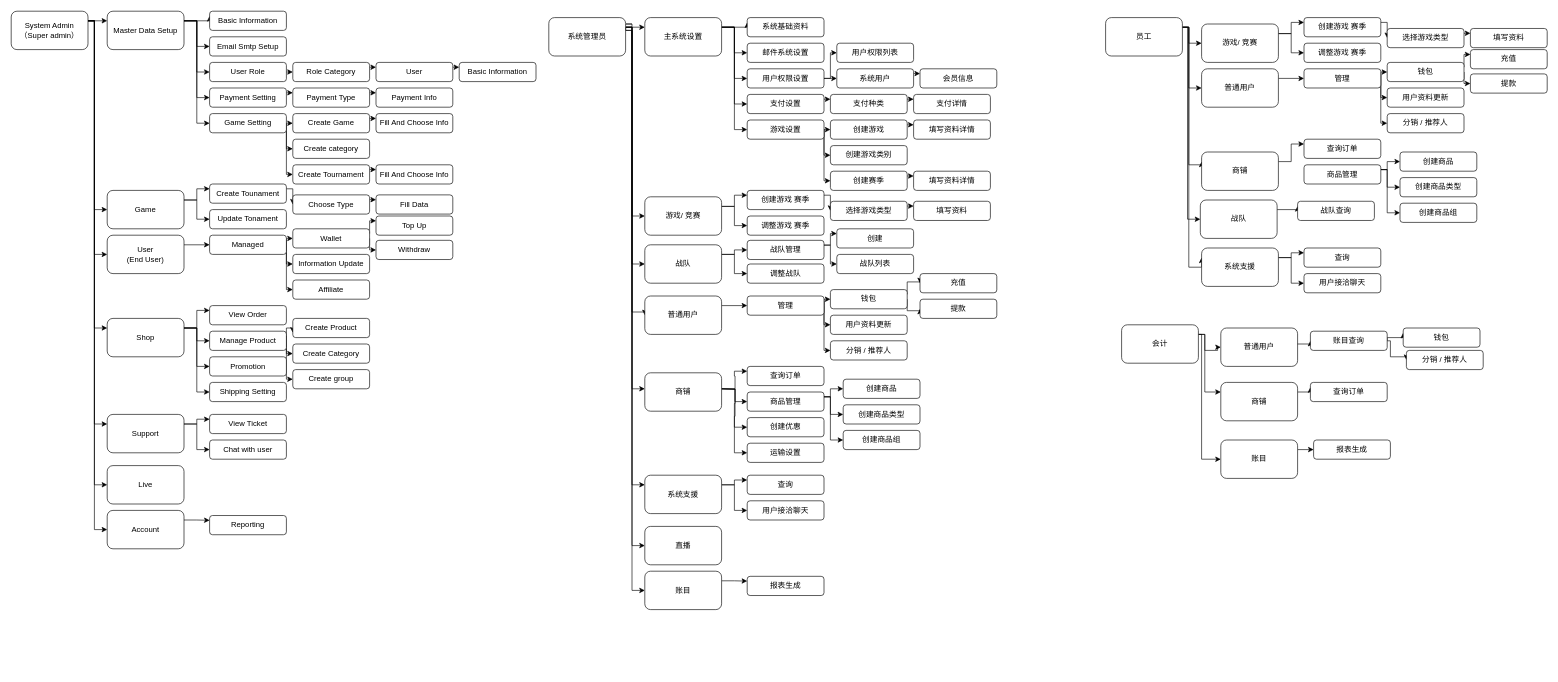
This is page "Admin" (2 of 9) of Untitled Diagram.drawio from krtechndesign/facejs, a draw.io file, before an edit. Source tidied: cells renumbered, new cells numbered last; positions are measured from the earlier drawing's top-left corner, leaving out a move shared by most shapes. Both pictures are drawn from the tidied source at 64%, with x=0, y=0 at pixel (11, 11).
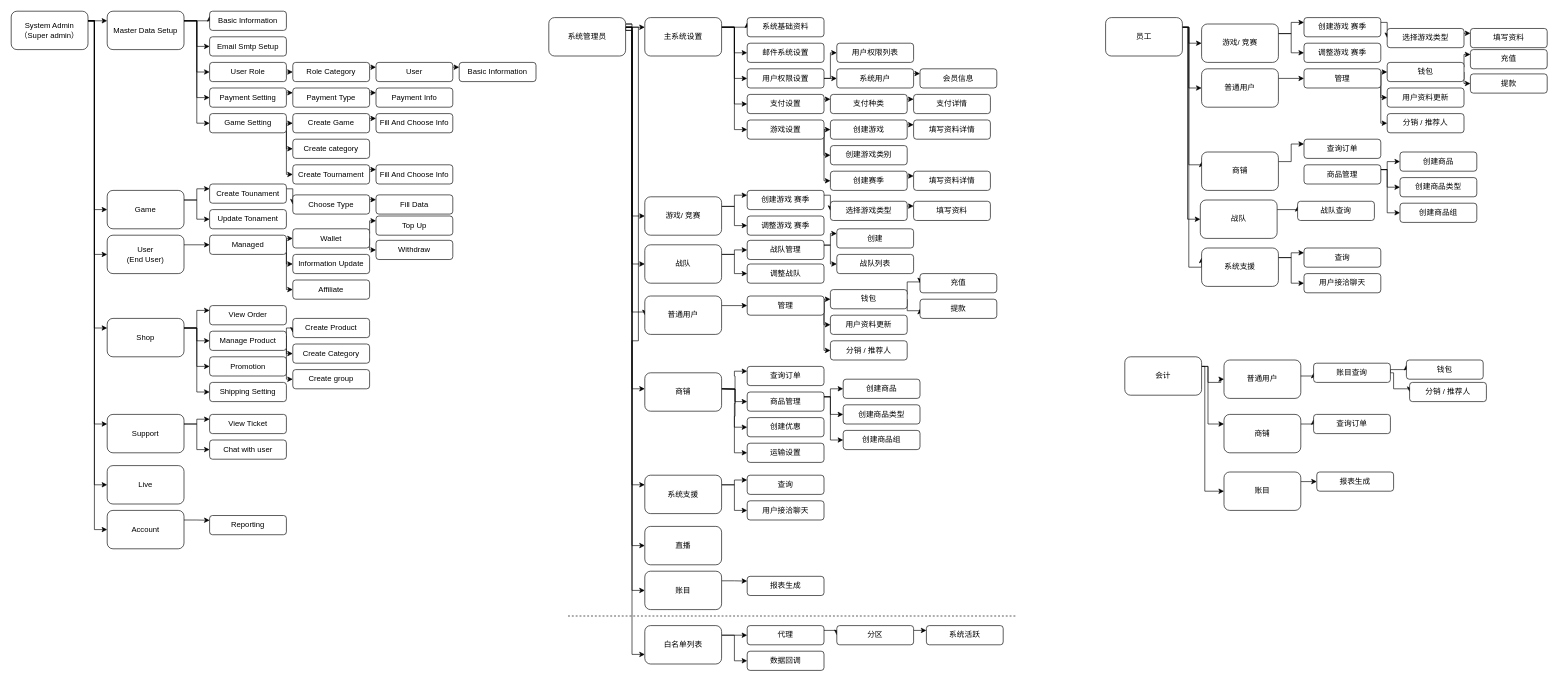
Above is the later version.

The change refers to these unchanged cells:
```xml
<mxCell id="95" value="系统管理员" style="rounded=1;whiteSpace=wrap;html=1;" parent="1" vertex="1">
  <mxGeometry x="840" y="10" width="120" height="60" as="geometry" />
</mxCell>
```

The edit, as a diff of the source:
```diff
@@
+    <mxCell id="245" style="edgeStyle=orthogonalEdgeStyle;rounded=0;jettySize=auto;html=1;exitX=1;exitY=0.25;exitDx=0;exitDy=0;entryX=0;entryY=0.75;entryDx=0;entryDy=0;" parent="1" edge="1" source="95" target="248">
+      <mxGeometry relative="1" as="geometry" />
+    </mxCell>
@@
     <mxCell id="216" style="edgeStyle=orthogonalEdgeStyle;rounded=0;jettySize=auto;html=1;exitX=1;exitY=0.25;exitDx=0;exitDy=0;entryX=0;entryY=0.5;entryDx=0;entryDy=0;" parent="1" edge="1" source="219" target="221">
       <mxGeometry relative="1" as="geometry">
         <Array as="points">
-          <mxPoint x="1865" y="505" />
-          <mxPoint x="1865" y="530" />
-          <mxPoint x="1885" y="530" />
+          <mxPoint x="1870" y="555" />
+          <mxPoint x="1870" y="580" />
+          <mxPoint x="1890" y="580" />
         </Array>
       </mxGeometry>
     </mxCell>
     <mxCell id="217" style="edgeStyle=orthogonalEdgeStyle;rounded=0;jettySize=auto;html=1;exitX=1;exitY=0.25;exitDx=0;exitDy=0;entryX=0;entryY=0.25;entryDx=0;entryDy=0;" parent="1" edge="1" source="219" target="227">
       <mxGeometry relative="1" as="geometry">
         <Array as="points">
-          <mxPoint x="1865" y="505" />
-          <mxPoint x="1865" y="595" />
+          <mxPoint x="1870" y="555" />
+          <mxPoint x="1870" y="645" />
         </Array>
       </mxGeometry>
     </mxCell>
     <mxCell id="218" style="edgeStyle=orthogonalEdgeStyle;rounded=0;jettySize=auto;html=1;exitX=1;exitY=0.25;exitDx=0;exitDy=0;entryX=0;entryY=0.5;entryDx=0;entryDy=0;" parent="1" edge="1" source="219" target="231">
       <mxGeometry relative="1" as="geometry">
         <Array as="points">
-          <mxPoint x="1860" y="505" />
-          <mxPoint x="1860" y="700" />
+          <mxPoint x="1865" y="555" />
+          <mxPoint x="1865" y="750" />
         </Array>
       </mxGeometry>
     </mxCell>
     <mxCell id="219" value="会计" style="rounded=1;whiteSpace=wrap;html=1;" parent="1" vertex="1">
-      <mxGeometry x="1735" y="490" width="120" height="60" as="geometry" />
+      <mxGeometry x="1740" y="540" width="120" height="60" as="geometry" />
     </mxCell>
     <mxCell id="220" style="edgeStyle=orthogonalEdgeStyle;rounded=0;jettySize=auto;html=1;exitX=1;exitY=0.25;exitDx=0;exitDy=0;entryX=0;entryY=0.5;entryDx=0;entryDy=0;" parent="1" edge="1" target="224">
       <mxGeometry relative="1" as="geometry">
-        <mxPoint x="2005" y="520" as="sourcePoint" />
+        <mxPoint x="2010" y="570" as="sourcePoint" />
       </mxGeometry>
     </mxCell>
     <mxCell id="221" value="普通用户" style="rounded=1;whiteSpace=wrap;html=1;" parent="1" vertex="1">
-      <mxGeometry x="1890" y="495" width="120" height="60" as="geometry" />
+      <mxGeometry x="1895" y="545" width="120" height="60" as="geometry" />
     </mxCell>
     <mxCell id="222" style="edgeStyle=orthogonalEdgeStyle;rounded=0;jettySize=auto;html=1;exitX=1;exitY=0.5;exitDx=0;exitDy=0;entryX=0;entryY=0.25;entryDx=0;entryDy=0;" parent="1" edge="1" source="224" target="225">
       <mxGeometry relative="1" as="geometry">
         <Array as="points">
-          <mxPoint x="2150" y="510" />
-          <mxPoint x="2175" y="510" />
+          <mxPoint x="2155" y="560" />
+          <mxPoint x="2180" y="560" />
         </Array>
       </mxGeometry>
     </mxCell>
     <mxCell id="223" style="edgeStyle=orthogonalEdgeStyle;rounded=0;jettySize=auto;html=1;exitX=1;exitY=0.5;exitDx=0;exitDy=0;entryX=0;entryY=0.5;entryDx=0;entryDy=0;" parent="1" edge="1" source="224" target="229">
       <mxGeometry relative="1" as="geometry">
         <Array as="points">
-          <mxPoint x="2155" y="515" />
-          <mxPoint x="2155" y="540" />
-          <mxPoint x="2180" y="540" />
+          <mxPoint x="2160" y="565" />
+          <mxPoint x="2160" y="590" />
+          <mxPoint x="2185" y="590" />
         </Array>
       </mxGeometry>
     </mxCell>
     <mxCell id="224" value="账目查询" style="whiteSpace=wrap;html=1;rounded=1;" parent="1" vertex="1">
-      <mxGeometry x="2030" y="500" width="120" height="30" as="geometry" />
+      <mxGeometry x="2035" y="550" width="120" height="30" as="geometry" />
     </mxCell>
     <mxCell id="225" value="钱包" style="whiteSpace=wrap;html=1;rounded=1;" parent="1" vertex="1">
-      <mxGeometry x="2175" y="495" width="120" height="30" as="geometry" />
+      <mxGeometry x="2180" y="545" width="120" height="30" as="geometry" />
     </mxCell>
@@
     <mxCell id="227" value="商铺" style="rounded=1;whiteSpace=wrap;html=1;" parent="1" vertex="1">
-      <mxGeometry x="1890" y="580" width="120" height="60" as="geometry" />
+      <mxGeometry x="1895" y="630" width="120" height="60" as="geometry" />
     </mxCell>
     <mxCell id="228" value="查询订单" style="whiteSpace=wrap;html=1;rounded=1;" parent="1" vertex="1">
-      <mxGeometry x="2030" y="580" width="120" height="30" as="geometry" />
+      <mxGeometry x="2035" y="630" width="120" height="30" as="geometry" />
     </mxCell>
     <mxCell id="229" value="分销 / 推荐人" style="whiteSpace=wrap;html=1;rounded=1;" parent="1" vertex="1">
-      <mxGeometry x="2180" y="530" width="120" height="30" as="geometry" />
+      <mxGeometry x="2185" y="580" width="120" height="30" as="geometry" />
     </mxCell>
@@
     <mxCell id="231" value="账目" style="rounded=1;whiteSpace=wrap;html=1;" parent="1" vertex="1">
-      <mxGeometry x="1890" y="670" width="120" height="60" as="geometry" />
+      <mxGeometry x="1895" y="720" width="120" height="60" as="geometry" />
     </mxCell>
     <mxCell id="232" value="报表生成" style="whiteSpace=wrap;html=1;rounded=1;" parent="1" vertex="1">
-      <mxGeometry x="2035" y="670" width="120" height="30" as="geometry" />
+      <mxGeometry x="2040" y="720" width="120" height="30" as="geometry" />
     </mxCell>
@@
+    <mxCell id="246" style="edgeStyle=orthogonalEdgeStyle;rounded=0;jettySize=auto;html=1;exitX=1;exitY=0.25;exitDx=0;exitDy=0;entryX=0;entryY=0.5;entryDx=0;entryDy=0;" parent="1" edge="1" source="248" target="250">
+      <mxGeometry relative="1" as="geometry" />
+    </mxCell>
+    <mxCell id="247" style="edgeStyle=orthogonalEdgeStyle;rounded=0;jettySize=auto;html=1;exitX=1;exitY=0.25;exitDx=0;exitDy=0;entryX=0;entryY=0.5;entryDx=0;entryDy=0;" parent="1" edge="1" source="248" target="253">
+      <mxGeometry relative="1" as="geometry" />
+    </mxCell>
+    <mxCell id="248" value="白名单列表" style="rounded=1;whiteSpace=wrap;html=1;" parent="1" vertex="1">
+      <mxGeometry x="990" y="960" width="120" height="60" as="geometry" />
+    </mxCell>
+    <mxCell id="249" style="edgeStyle=orthogonalEdgeStyle;rounded=0;jettySize=auto;html=1;exitX=1;exitY=0.25;exitDx=0;exitDy=0;entryX=0;entryY=0.5;entryDx=0;entryDy=0;" parent="1" edge="1" source="250" target="252">
+      <mxGeometry relative="1" as="geometry" />
+    </mxCell>
+    <mxCell id="250" value="代理" style="whiteSpace=wrap;html=1;rounded=1;" parent="1" vertex="1">
+      <mxGeometry x="1150" y="960" width="120" height="30" as="geometry" />
+    </mxCell>
+    <mxCell id="251" style="edgeStyle=orthogonalEdgeStyle;rounded=0;jettySize=auto;html=1;exitX=1;exitY=0.25;exitDx=0;exitDy=0;entryX=0;entryY=0.25;entryDx=0;entryDy=0;" parent="1" edge="1" source="252" target="254">
+      <mxGeometry relative="1" as="geometry" />
+    </mxCell>
+    <mxCell id="252" value="分区" style="whiteSpace=wrap;html=1;rounded=1;" parent="1" vertex="1">
+      <mxGeometry x="1290" y="960" width="120" height="30" as="geometry" />
+    </mxCell>
+    <mxCell id="253" value="数据回调" style="whiteSpace=wrap;html=1;rounded=1;" parent="1" vertex="1">
+      <mxGeometry x="1150" y="1000" width="120" height="30" as="geometry" />
+    </mxCell>
+    <mxCell id="254" value="系统活跃" style="whiteSpace=wrap;html=1;rounded=1;" parent="1" vertex="1">
+      <mxGeometry x="1430" y="960" width="120" height="30" as="geometry" />
+    </mxCell>
+    <mxCell id="255" style="line;strokeWidth=1;dashed=1;labelPosition=right;align=left;verticalAlign=middle;spacingTop=0;spacingLeft=6;rounded=1;" parent="1" vertex="1">
+      <mxGeometry x="870" y="940" width="700" height="10" as="geometry" />
+    </mxCell>
```
